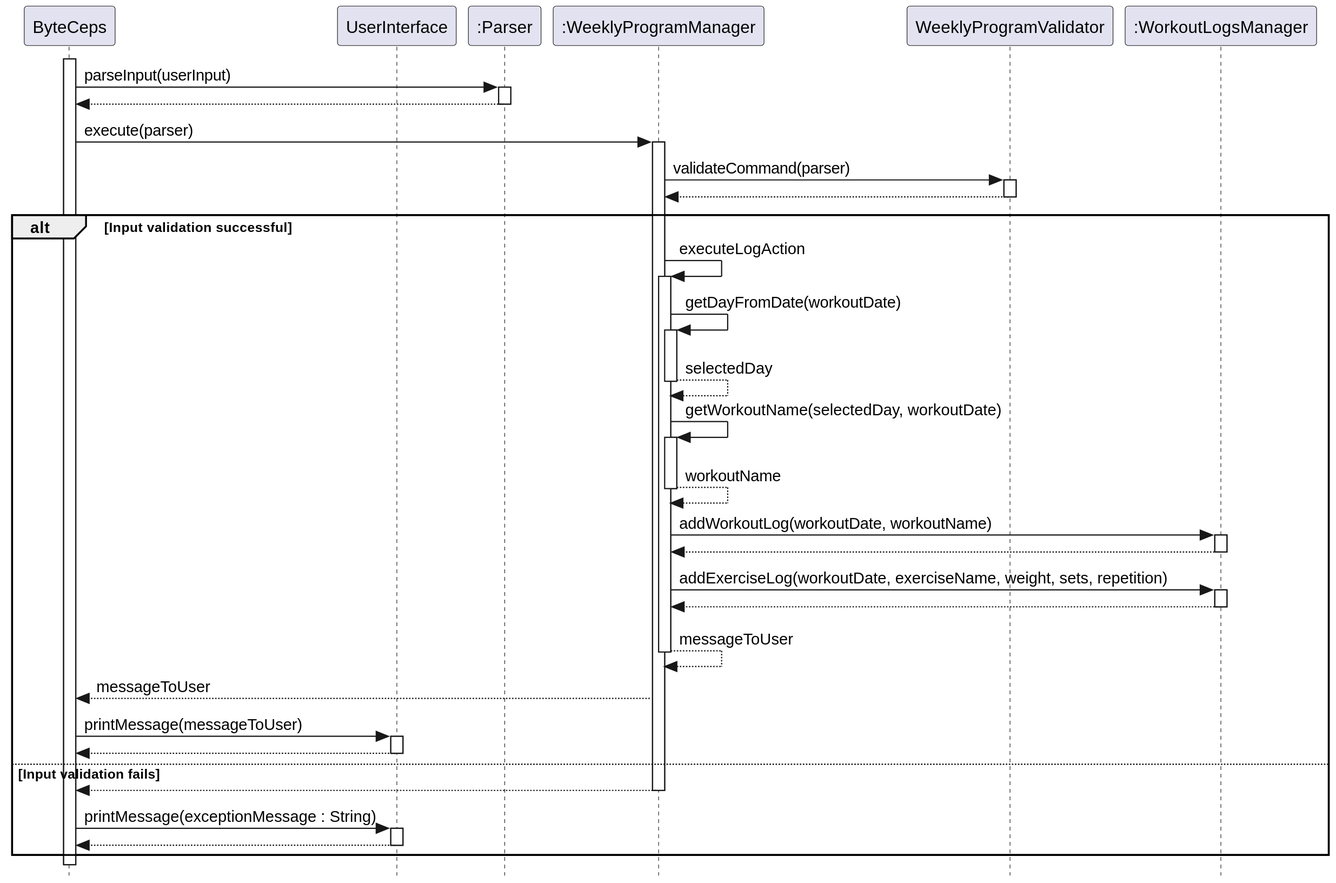
This is docs/diagrams/addExerciseLog.svg from joshualeejunyi/tp, a PlantUML export, as it was before one commit. Source of this version:
```plantuml
@startuml
skinparam classAttributeIconSize 0
skinparam style strictuml

participant ByteCeps
participant UserInterface
participant ":Parser"
participant ":WeeklyProgramManager"
participant WeeklyProgramValidator
participant ":WorkoutLogsManager"

activate ByteCeps
ByteCeps -> ":Parser": parseInput(userInput)
activate ":Parser"
ByteCeps <-- ":Parser":
deactivate ":Parser"
ByteCeps -> ":WeeklyProgramManager": execute(parser)
activate ":WeeklyProgramManager"
":WeeklyProgramManager" -> WeeklyProgramValidator: validateCommand(parser)

activate WeeklyProgramValidator
":WeeklyProgramManager" <-- WeeklyProgramValidator :
deactivate WeeklyProgramValidator

alt Input validation successful
    ":WeeklyProgramManager" -> ":WeeklyProgramManager" : executeLogAction
    activate ":WeeklyProgramManager"
    ":WeeklyProgramManager" -> ":WeeklyProgramManager" : getDayFromDate(workoutDate)
    activate ":WeeklyProgramManager"
    ":WeeklyProgramManager" --> ":WeeklyProgramManager" : selectedDay
    deactivate ":WeeklyProgramManager"
    ":WeeklyProgramManager" -> ":WeeklyProgramManager" : getWorkoutName(selectedDay, workoutDate)
    activate ":WeeklyProgramManager"
    ":WeeklyProgramManager" --> ":WeeklyProgramManager" : workoutName
    deactivate ":WeeklyProgramManager"
    ":WeeklyProgramManager" -> ":WorkoutLogsManager" : addWorkoutLog(workoutDate, workoutName)
    activate ":WorkoutLogsManager"
    ":WorkoutLogsManager" --> ":WeeklyProgramManager" :
    deactivate ":WorkoutLogsManager"
     ":WeeklyProgramManager" -> ":WorkoutLogsManager" : addExerciseLog(workoutDate, exerciseName, weight, sets, repetition)
    activate ":WorkoutLogsManager"
    ":WorkoutLogsManager" --> ":WeeklyProgramManager" :
    deactivate ":WorkoutLogsManager"
    ":WeeklyProgramManager" --> ":WeeklyProgramManager": messageToUser
    deactivate ":WeeklyProgramManager"
    ":WeeklyProgramManager" --> ByteCeps: messageToUser
    ByteCeps -> UserInterface: printMessage(messageToUser)
    activate UserInterface
    UserInterface --> ByteCeps :
    deactivate UserInterface

else Input validation fails
    ":WeeklyProgramManager" --> ByteCeps:
    deactivate ":WeeklyProgramManager"
    ByteCeps -> UserInterface: printMessage(exceptionMessage : String)
    activate UserInterface
    UserInterface --> ByteCeps:
    deactivate UserInterface
end
deactivate WeeklyProgramValidator
@enduml
```
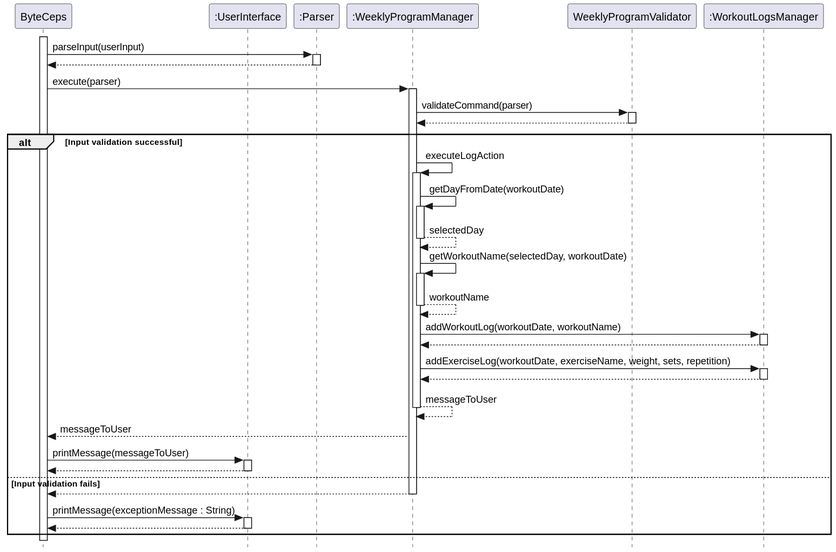
Above is the later version.

What changed in the source:
```diff
@@ -3,7 +3,7 @@
 skinparam style strictuml
 
 participant ByteCeps
-participant UserInterface
+participant ":UserInterface" as UserInterface
 participant ":Parser"
 participant ":WeeklyProgramManager"
 participant WeeklyProgramValidator
```
